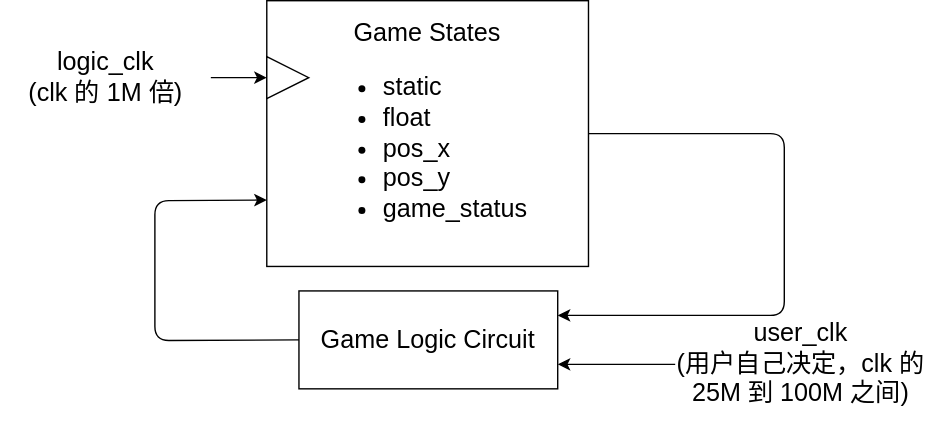
The draw.io diagram top/img/top-Page-1.svg in CHN-ChenYi/Tetris-on-SWORD-LCDF2021, before a commit. Source tidied: cells renumbered, new cells last; positions are measured from the earlier drawing's top-left corner, leaving out a move shared by most shapes. Its diagram source:
```xml
<mxGraphModel>
  <root>
    <mxCell id="0" />
    <mxCell id="1" parent="0" />
    <mxCell id="2" value="&lt;span style=&quot;font-size: 18px&quot;&gt;Game States&lt;/span&gt;&lt;br style=&quot;font-size: 18px&quot;&gt;&lt;ul style=&quot;font-size: 18px&quot;&gt;&lt;li style=&quot;text-align: left&quot;&gt;static&lt;/li&gt;&lt;li style=&quot;text-align: left&quot;&gt;float&lt;/li&gt;&lt;li style=&quot;text-align: left&quot;&gt;pos_x&lt;/li&gt;&lt;li style=&quot;text-align: left&quot;&gt;pos_y&lt;/li&gt;&lt;li style=&quot;text-align: left&quot;&gt;game_status&lt;/li&gt;&lt;/ul&gt;" style="rounded=0;whiteSpace=wrap;html=1;" parent="1" vertex="1">
      <mxGeometry x="190" width="230" height="190" as="geometry" />
    </mxCell>
    <mxCell id="3" value="Game Logic Circuit" style="rounded=0;whiteSpace=wrap;html=1;fontSize=18;align=center;" parent="1" vertex="1">
      <mxGeometry x="213" y="207.5" width="185" height="70" as="geometry" />
    </mxCell>
    <mxCell id="4" style="triangle;whiteSpace=wrap;html=1;fontSize=18;align=center;" parent="1" vertex="1">
      <mxGeometry x="190" y="40" width="30" height="30" as="geometry" />
    </mxCell>
    <mxCell id="5" style="edgeStyle=orthogonalEdgeStyle;rounded=0;jettySize=auto;html=1;entryX=0;entryY=0.5;entryDx=0;entryDy=0;fontSize=18;" parent="1" edge="1" source="6" target="4">
      <mxGeometry relative="1" as="geometry" />
    </mxCell>
    <mxCell id="6" value="logic_clk&lt;br&gt;(clk 的 1M 倍)" style="text;html=1;strokeColor=none;fillColor=none;align=center;verticalAlign=middle;whiteSpace=wrap;rounded=0;fontSize=18;" parent="1" vertex="1">
      <mxGeometry y="32.5" width="150" height="45" as="geometry" />
    </mxCell>
    <mxCell id="7" style="endArrow=classic;html=1;fontSize=18;exitX=0;exitY=0.5;exitDx=0;exitDy=0;entryX=0;entryY=0.75;entryDx=0;entryDy=0;" parent="1" edge="1" source="3" target="2">
      <mxGeometry relative="1" as="geometry">
        <Array as="points">
          <mxPoint x="110" y="243" />
          <mxPoint x="110" y="143" />
        </Array>
      </mxGeometry>
    </mxCell>
    <mxCell id="8" style="endArrow=classic;html=1;fontSize=18;exitX=1;exitY=0.5;exitDx=0;exitDy=0;entryX=1;entryY=0.25;entryDx=0;entryDy=0;" parent="1" edge="1" source="2" target="3">
      <mxGeometry relative="1" as="geometry">
        <Array as="points">
          <mxPoint x="560" y="95" />
          <mxPoint x="560" y="225" />
        </Array>
      </mxGeometry>
    </mxCell>
    <mxCell id="9" style="edgeStyle=orthogonalEdgeStyle;rounded=0;jettySize=auto;html=1;entryX=1;entryY=0.75;entryDx=0;entryDy=0;fontSize=18;curved=1;" parent="1" edge="1" source="10" target="3">
      <mxGeometry relative="1" as="geometry" />
    </mxCell>
    <mxCell id="10" value="user_clk&lt;br&gt;(用户自己决定，clk 的 25M 到 100M 之间)" style="text;html=1;strokeColor=none;fillColor=none;align=center;verticalAlign=middle;whiteSpace=wrap;rounded=0;fontSize=18;" parent="1" vertex="1">
      <mxGeometry x="482" y="215" width="180" height="90" as="geometry" />
    </mxCell>
  </root>
</mxGraphModel>
```
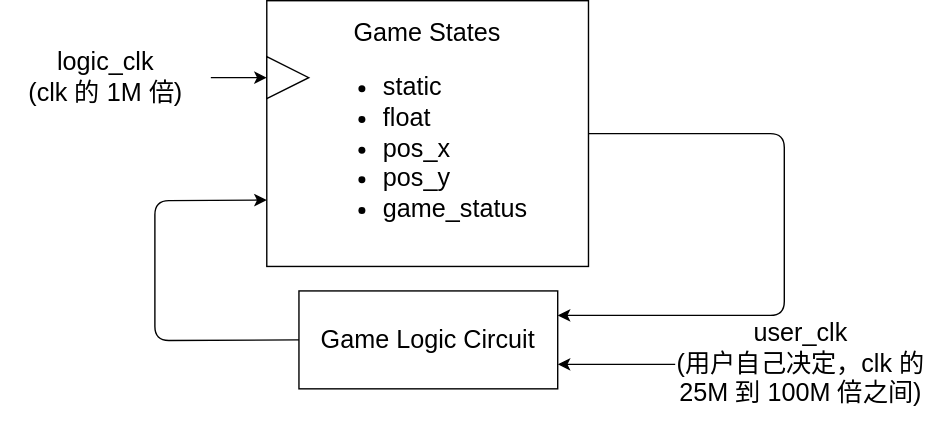
After the change.

What changed in the source:
```diff
@@ -33,11 +33,11 @@
         </Array>
       </mxGeometry>
     </mxCell>
-    <mxCell id="9" style="edgeStyle=orthogonalEdgeStyle;rounded=0;jettySize=auto;html=1;entryX=1;entryY=0.75;entryDx=0;entryDy=0;fontSize=18;curved=1;" parent="1" edge="1" source="10" target="3">
-      <mxGeometry relative="1" as="geometry" />
-    </mxCell>
-    <mxCell id="10" value="user_clk&lt;br&gt;(用户自己决定，clk 的 25M 到 100M 之间)" style="text;html=1;strokeColor=none;fillColor=none;align=center;verticalAlign=middle;whiteSpace=wrap;rounded=0;fontSize=18;" parent="1" vertex="1">
-      <mxGeometry x="482" y="215" width="180" height="90" as="geometry" />
-    </mxCell>
+    <mxCell id="11" style="edgeStyle=orthogonalEdgeStyle;rounded=0;jettySize=auto;html=1;entryX=1;entryY=0.75;entryDx=0;entryDy=0;fontSize=18;curved=1;" parent="1" edge="1" source="12" target="3">
+      <mxGeometry relative="1" as="geometry" />
+    </mxCell>
+    <mxCell id="12" value="user_clk&lt;br&gt;(用户自己决定，clk 的 25M 到 100M 倍之间)" style="text;html=1;strokeColor=none;fillColor=none;align=center;verticalAlign=middle;whiteSpace=wrap;rounded=0;fontSize=18;" parent="1" vertex="1">
+      <mxGeometry x="482" y="215" width="180" height="90" as="geometry" />
+    </mxCell>
   </root>
 </mxGraphModel>
```
